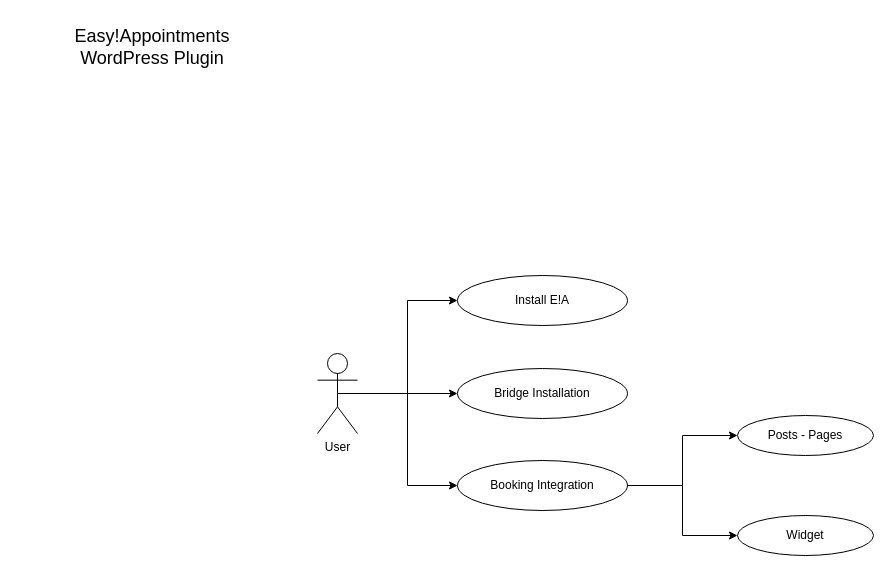
Above: doc/use-cases.drawio.xml in alextselegidis/easyappointments-wordpress (draw.io), before the change. Source tidied: cells renumbered, new cells numbered last; positions are measured from the earlier drawing's top-left corner, leaving out a move shared by most shapes. Both pictures are drawn from the tidied source at 100%, with x=0, y=0 at pixel (17, 17).
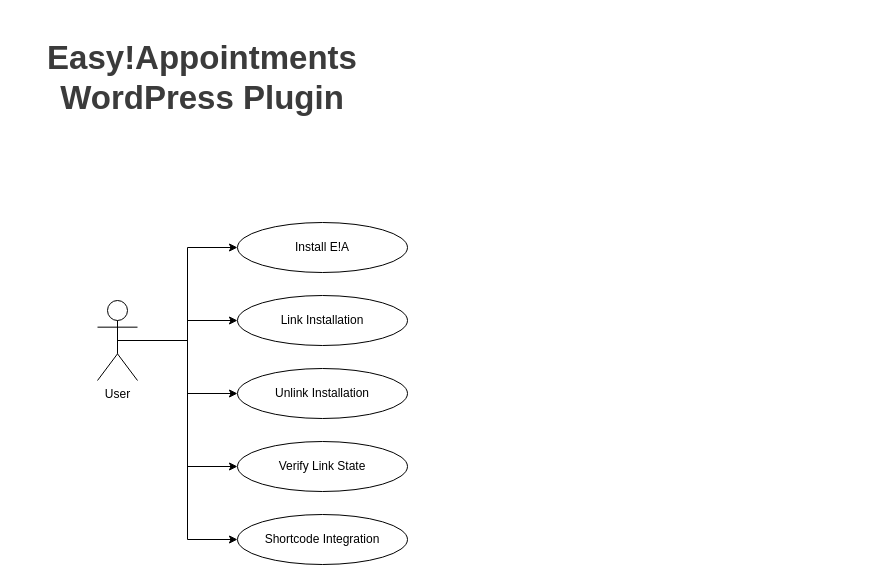
Above is the later version.

Commit message:
Updated use cases diagram

Change to the diagram source:
```diff
@@
 <mxGraphModel background="#FFFFFF">
   <root>
     <mxCell id="0" />
     <mxCell id="1" parent="0" />
-    <mxCell id="2" value="Easy!Appointments &lt;br&gt;WordPress Plugin" style="text;html=1;strokeColor=none;fillColor=none;align=center;verticalAlign=middle;whiteSpace=wrap;overflow=hidden;fontSize=18;" parent="1" vertex="1">
-      <mxGeometry width="270" height="60" as="geometry" />
+    <mxCell id="2" value="Easy!Appointments &lt;br&gt;WordPress Plugin" style="text;html=1;strokeColor=none;fillColor=none;align=center;verticalAlign=middle;whiteSpace=wrap;overflow=hidden;fontSize=33;fontStyle=1;fontColor=#3B3B3B;" parent="1" vertex="1">
+      <mxGeometry width="370" height="120" as="geometry" />
     </mxCell>
+    <mxCell id="14" style="edgeStyle=orthogonalEdgeStyle;rounded=0;html=1;exitX=0.5;exitY=0.5;exitPerimeter=0;entryX=0;entryY=0.5;jettySize=auto;" parent="1" edge="1" source="3" target="12">
+      <mxGeometry relative="1" as="geometry" />
+    </mxCell>
+    <mxCell id="15" style="edgeStyle=orthogonalEdgeStyle;rounded=0;html=1;exitX=0.5;exitY=0.5;exitPerimeter=0;entryX=0;entryY=0.5;jettySize=auto;" parent="1" edge="1" source="3" target="13">
+      <mxGeometry relative="1" as="geometry" />
+    </mxCell>
     <mxCell id="3" value="User" style="shape=umlActor;verticalLabelPosition=bottom;verticalAlign=top;html=1;fontSize=12;" parent="1" vertex="1">
-      <mxGeometry x="300" y="336" width="40" height="80" as="geometry" />
+      <mxGeometry x="80" y="283" width="40" height="80" as="geometry" />
     </mxCell>
     <mxCell id="4" value="Install E!A" style="ellipse;whiteSpace=wrap;html=1;fontSize=12;" parent="1" vertex="1">
-      <mxGeometry x="440" y="258" width="170" height="50" as="geometry" />
+      <mxGeometry x="220" y="205" width="170" height="50" as="geometry" />
     </mxCell>
-    <mxCell id="5" value="Bridge Installation" style="ellipse;whiteSpace=wrap;html=1;fontSize=12;" parent="1" vertex="1">
-      <mxGeometry x="440" y="351" width="170" height="50" as="geometry" />
+    <mxCell id="5" value="Link Installation" style="ellipse;whiteSpace=wrap;html=1;fontSize=12;" parent="1" vertex="1">
+      <mxGeometry x="220" y="278" width="170" height="50" as="geometry" />
     </mxCell>
-    <mxCell id="6" value="Booking Integration" style="ellipse;whiteSpace=wrap;html=1;fontSize=12;flipV=0;" parent="1" vertex="1">
-      <mxGeometry x="440" y="443" width="170" height="50" as="geometry" />
+    <mxCell id="6" value="Shortcode Integration" style="ellipse;whiteSpace=wrap;html=1;fontSize=12;flipV=0;" parent="1" vertex="1">
+      <mxGeometry x="220" y="497" width="170" height="50" as="geometry" />
     </mxCell>
-    <mxCell id="7" value="Posts - Pages" style="ellipse;whiteSpace=wrap;html=1;fontSize=12;flipV=0;" parent="1" vertex="1">
-      <mxGeometry x="720" y="398" width="136" height="40" as="geometry" />
-    </mxCell>
-    <mxCell id="8" value="Widget" style="ellipse;whiteSpace=wrap;html=1;fontSize=12;flipV=0;" parent="1" vertex="1">
-      <mxGeometry x="720" y="498" width="136" height="40" as="geometry" />
-    </mxCell>
     <mxCell id="9" style="edgeStyle=orthogonalEdgeStyle;rounded=0;html=1;exitX=0.5;exitY=0.5;exitPerimeter=0;entryX=0;entryY=0.5;fontSize=12;" parent="1" edge="1" source="3" target="5">
       <mxGeometry relative="1" as="geometry" />
     </mxCell>
     <mxCell id="10" style="edgeStyle=orthogonalEdgeStyle;rounded=0;html=1;exitX=0.5;exitY=0.5;exitPerimeter=0;entryX=0;entryY=0.5;fontSize=12;" parent="1" edge="1" source="3" target="4">
       <mxGeometry relative="1" as="geometry" />
     </mxCell>
     <mxCell id="11" style="edgeStyle=orthogonalEdgeStyle;rounded=0;html=1;exitX=0.5;exitY=0.5;exitPerimeter=0;entryX=0;entryY=0.5;fontSize=12;" parent="1" edge="1" source="3" target="6">
       <mxGeometry relative="1" as="geometry" />
     </mxCell>
-    <mxCell id="12" style="edgeStyle=orthogonalEdgeStyle;rounded=0;html=1;exitX=1;exitY=0.5;entryX=0;entryY=0.5;fontSize=12;" parent="1" edge="1" source="6" target="7">
-      <mxGeometry relative="1" as="geometry" />
+    <mxCell id="12" value="Unlink Installation" style="ellipse;whiteSpace=wrap;html=1;fontSize=12;flipV=0;" parent="1" vertex="1">
+      <mxGeometry x="220" y="351" width="170" height="50" as="geometry" />
     </mxCell>
-    <mxCell id="13" style="edgeStyle=orthogonalEdgeStyle;rounded=0;html=1;exitX=1;exitY=0.5;entryX=0;entryY=0.5;fontSize=12;" parent="1" edge="1" source="6" target="8">
-      <mxGeometry relative="1" as="geometry" />
+    <mxCell id="13" value="Verify Link State" style="ellipse;whiteSpace=wrap;html=1;fontSize=12;flipV=0;" parent="1" vertex="1">
+      <mxGeometry x="220" y="424" width="170" height="50" as="geometry" />
     </mxCell>
-    <mxCell id="14" style="edgeStyle=orthogonalEdgeStyle;rounded=0;html=1;exitX=1;exitY=1;entryX=1;entryY=1;fontSize=12;" parent="1" edge="1" source="6" target="6">
-      <mxGeometry relative="1" as="geometry" />
-    </mxCell>
   </root>
 </mxGraphModel>
```
